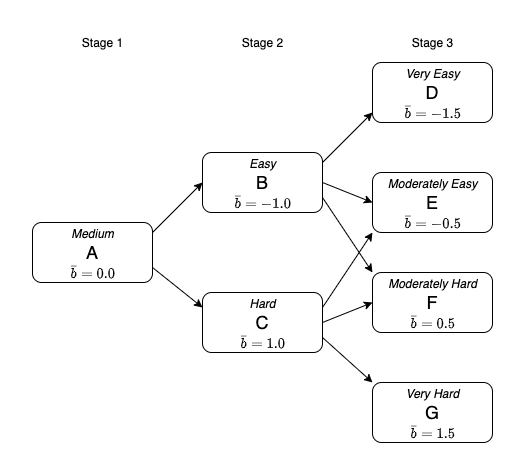
Before: images/modules.png, a diagram exported from draw.io (SP-Educational-Assessment/mst-primer). Source tidied: cells renumbered, new cells last; positions are measured from the earlier drawing's top-left corner, leaving out a move shared by most shapes. The source it was exported from:
```xml
<mxGraphModel math="1">
  <root>
    <mxCell id="0" />
    <mxCell id="1" value="Main" parent="0" />
    <mxCell id="2" value="&lt;font style=&quot;font-size: 18px&quot;&gt;A&lt;/font&gt;" style="whiteSpace=wrap;html=1;rounded=1;" parent="1" vertex="1">
      <mxGeometry y="190" width="120" height="60" as="geometry" />
    </mxCell>
    <mxCell id="3" value="&lt;font style=&quot;font-size: 18px&quot;&gt;B&lt;/font&gt;" style="whiteSpace=wrap;html=1;rounded=1;" parent="1" vertex="1">
      <mxGeometry x="170" y="120" width="120" height="60" as="geometry" />
    </mxCell>
    <mxCell id="4" value="&lt;font style=&quot;font-size: 18px&quot;&gt;C&lt;/font&gt;" style="whiteSpace=wrap;html=1;rounded=1;" parent="1" vertex="1">
      <mxGeometry x="170" y="260" width="120" height="60" as="geometry" />
    </mxCell>
    <mxCell id="5" value="&lt;font style=&quot;font-size: 18px&quot;&gt;G&lt;/font&gt;" style="whiteSpace=wrap;html=1;rounded=1;" parent="1" vertex="1">
      <mxGeometry x="340" y="350" width="120" height="60" as="geometry" />
    </mxCell>
    <mxCell id="6" value="&lt;font style=&quot;font-size: 18px&quot;&gt;F&lt;/font&gt;" style="whiteSpace=wrap;html=1;rounded=1;" parent="1" vertex="1">
      <mxGeometry x="340" y="240" width="120" height="60" as="geometry" />
    </mxCell>
    <mxCell id="7" value="&lt;font style=&quot;font-size: 18px&quot;&gt;E&lt;/font&gt;" style="whiteSpace=wrap;html=1;rounded=1;" parent="1" vertex="1">
      <mxGeometry x="340" y="140" width="120" height="60" as="geometry" />
    </mxCell>
    <mxCell id="8" value="&lt;font style=&quot;font-size: 18px&quot;&gt;D&lt;/font&gt;" style="whiteSpace=wrap;html=1;rounded=1;" parent="1" vertex="1">
      <mxGeometry x="340" y="30" width="120" height="60" as="geometry" />
    </mxCell>
    <mxCell id="9" value="Stage 1" style="text;html=1;align=center;verticalAlign=middle;fillColor=none;strokeColor=none;rounded=1;" parent="1" vertex="1">
      <mxGeometry x="40" width="60" height="20" as="geometry" />
    </mxCell>
    <mxCell id="10" value="Stage 2" style="text;html=1;align=center;verticalAlign=middle;fillColor=none;strokeColor=none;rounded=1;" parent="1" vertex="1">
      <mxGeometry x="200" width="60" height="20" as="geometry" />
    </mxCell>
    <mxCell id="11" value="$$\bar{b} = 0.0$$" style="text;html=1;align=center;verticalAlign=middle;fillColor=none;strokeColor=none;rounded=1;" parent="1" vertex="1">
      <mxGeometry x="5" y="230" width="110" height="20" as="geometry" />
    </mxCell>
    <mxCell id="12" value="$$\bar{b} = 1.0$$" style="text;html=1;align=center;verticalAlign=middle;fillColor=none;strokeColor=none;rounded=1;" parent="1" vertex="1">
      <mxGeometry x="175" y="300" width="110" height="20" as="geometry" />
    </mxCell>
    <mxCell id="13" value="$$\bar{b} = -1.0$$" style="text;html=1;align=center;verticalAlign=middle;fillColor=none;strokeColor=none;rounded=1;" parent="1" vertex="1">
      <mxGeometry x="175" y="160" width="110" height="20" as="geometry" />
    </mxCell>
    <mxCell id="14" value="$$\bar{b} = -1.5$$" style="text;html=1;align=center;verticalAlign=middle;fillColor=none;strokeColor=none;rounded=1;" parent="1" vertex="1">
      <mxGeometry x="345" y="70" width="110" height="20" as="geometry" />
    </mxCell>
    <mxCell id="15" value="$$\bar{b} = -0.5$$" style="text;html=1;align=center;verticalAlign=middle;fillColor=none;strokeColor=none;rounded=1;" parent="1" vertex="1">
      <mxGeometry x="345" y="180" width="110" height="20" as="geometry" />
    </mxCell>
    <mxCell id="16" value="$$\bar{b} = 0.5$$" style="text;html=1;align=center;verticalAlign=middle;fillColor=none;strokeColor=none;rounded=1;" parent="1" vertex="1">
      <mxGeometry x="345" y="280" width="110" height="20" as="geometry" />
    </mxCell>
    <mxCell id="17" value="$$\bar{b} = 1.5$$" style="text;html=1;align=center;verticalAlign=middle;fillColor=none;strokeColor=none;rounded=1;" parent="1" vertex="1">
      <mxGeometry x="345" y="390" width="110" height="20" as="geometry" />
    </mxCell>
    <mxCell id="18" value="Stage 3" style="text;html=1;align=center;verticalAlign=middle;fillColor=none;strokeColor=none;rounded=1;" parent="1" vertex="1">
      <mxGeometry x="370" width="60" height="20" as="geometry" />
    </mxCell>
    <mxCell id="19" style="endArrow=classic;html=1;" parent="1" edge="1">
      <mxGeometry relative="1" as="geometry">
        <mxPoint x="120" y="200" as="sourcePoint" />
        <mxPoint x="170" y="150" as="targetPoint" />
      </mxGeometry>
    </mxCell>
    <mxCell id="20" style="endArrow=classic;html=1;" parent="1" edge="1">
      <mxGeometry relative="1" as="geometry">
        <mxPoint x="290" y="130" as="sourcePoint" />
        <mxPoint x="340" y="80" as="targetPoint" />
      </mxGeometry>
    </mxCell>
    <mxCell id="21" style="endArrow=classic;html=1;entryX=0;entryY=0.5;entryDx=0;entryDy=0;" parent="1" edge="1">
      <mxGeometry relative="1" as="geometry">
        <mxPoint x="290" y="150" as="sourcePoint" />
        <mxPoint x="340" y="170" as="targetPoint" />
      </mxGeometry>
    </mxCell>
    <mxCell id="22" style="endArrow=classic;html=1;entryX=0;entryY=0;entryDx=0;entryDy=0;exitX=1;exitY=0.75;exitDx=0;exitDy=0;" parent="1" edge="1">
      <mxGeometry relative="1" as="geometry">
        <mxPoint x="290" y="165" as="sourcePoint" />
        <mxPoint x="340" y="240" as="targetPoint" />
      </mxGeometry>
    </mxCell>
    <mxCell id="23" style="endArrow=classic;html=1;exitX=1;exitY=0.75;exitDx=0;exitDy=0;entryX=0;entryY=0.25;entryDx=0;entryDy=0;" parent="1" edge="1">
      <mxGeometry relative="1" as="geometry">
        <mxPoint x="120" y="235" as="sourcePoint" />
        <mxPoint x="170" y="275" as="targetPoint" />
      </mxGeometry>
    </mxCell>
    <mxCell id="24" style="endArrow=classic;html=1;exitX=1;exitY=0.25;exitDx=0;exitDy=0;entryX=0;entryY=1;entryDx=0;entryDy=0;" parent="1" edge="1">
      <mxGeometry relative="1" as="geometry">
        <mxPoint x="290" y="275" as="sourcePoint" />
        <mxPoint x="340" y="200" as="targetPoint" />
      </mxGeometry>
    </mxCell>
    <mxCell id="25" style="endArrow=classic;html=1;exitX=1;exitY=0.5;exitDx=0;exitDy=0;entryX=0;entryY=0.5;entryDx=0;entryDy=0;" parent="1" edge="1">
      <mxGeometry relative="1" as="geometry">
        <mxPoint x="290" y="290" as="sourcePoint" />
        <mxPoint x="340" y="270" as="targetPoint" />
      </mxGeometry>
    </mxCell>
    <mxCell id="26" style="endArrow=classic;html=1;exitX=1;exitY=0.75;exitDx=0;exitDy=0;entryX=0;entryY=0;entryDx=0;entryDy=0;" parent="1" edge="1">
      <mxGeometry relative="1" as="geometry">
        <mxPoint x="290" y="305" as="sourcePoint" />
        <mxPoint x="340" y="350" as="targetPoint" />
      </mxGeometry>
    </mxCell>
    <mxCell id="27" value="&lt;i&gt;Medium&lt;/i&gt;" style="text;html=1;align=center;verticalAlign=middle;fillColor=none;strokeColor=none;rounded=0;sketch=0;" parent="1" vertex="1">
      <mxGeometry x="30" y="191" width="60" height="20" as="geometry" />
    </mxCell>
    <mxCell id="28" value="&lt;i&gt;Easy&lt;/i&gt;" style="text;html=1;align=center;verticalAlign=middle;fillColor=none;strokeColor=none;rounded=0;sketch=0;" parent="1" vertex="1">
      <mxGeometry x="210" y="121" width="40" height="20" as="geometry" />
    </mxCell>
    <mxCell id="29" value="&lt;i&gt;Hard&lt;/i&gt;" style="text;html=1;align=center;verticalAlign=middle;fillColor=none;strokeColor=none;rounded=0;sketch=0;" parent="1" vertex="1">
      <mxGeometry x="210" y="261" width="40" height="20" as="geometry" />
    </mxCell>
    <mxCell id="30" value="&lt;i&gt;Very Hard&lt;/i&gt;" style="text;html=1;align=center;verticalAlign=middle;fillColor=none;strokeColor=none;rounded=0;sketch=0;" parent="1" vertex="1">
      <mxGeometry x="365" y="351" width="70" height="20" as="geometry" />
    </mxCell>
    <mxCell id="31" value="&lt;i&gt;Very Easy&lt;/i&gt;" style="text;html=1;align=center;verticalAlign=middle;fillColor=none;strokeColor=none;rounded=0;sketch=0;" parent="1" vertex="1">
      <mxGeometry x="365" y="31" width="70" height="20" as="geometry" />
    </mxCell>
    <mxCell id="32" value="&lt;i&gt;Moderately Easy&lt;/i&gt;" style="text;html=1;align=center;verticalAlign=middle;fillColor=none;strokeColor=none;rounded=0;sketch=0;" parent="1" vertex="1">
      <mxGeometry x="350" y="141" width="100" height="20" as="geometry" />
    </mxCell>
    <mxCell id="33" value="&lt;i&gt;Moderately Hard&lt;/i&gt;" style="text;html=1;align=center;verticalAlign=middle;fillColor=none;strokeColor=none;rounded=0;sketch=0;" parent="1" vertex="1">
      <mxGeometry x="350" y="241" width="100" height="20" as="geometry" />
    </mxCell>
  </root>
</mxGraphModel>
```
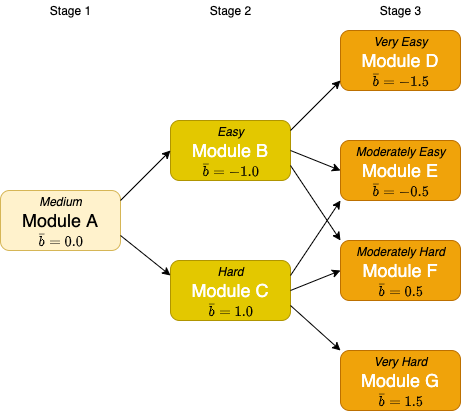
Later version of the same file.

Diff of the diagram source:
```diff
@@ -2,25 +2,25 @@
   <root>
     <mxCell id="0" />
     <mxCell id="1" value="Main" parent="0" />
-    <mxCell id="2" value="&lt;font style=&quot;font-size: 18px&quot;&gt;A&lt;/font&gt;" style="whiteSpace=wrap;html=1;rounded=1;" parent="1" vertex="1">
+    <mxCell id="2" value="&lt;font style=&quot;font-size: 18px&quot;&gt;Module A&lt;/font&gt;" style="whiteSpace=wrap;html=1;rounded=1;fillColor=#fff2cc;strokeColor=#d6b656;" parent="1" vertex="1">
       <mxGeometry y="190" width="120" height="60" as="geometry" />
     </mxCell>
-    <mxCell id="3" value="&lt;font style=&quot;font-size: 18px&quot;&gt;B&lt;/font&gt;" style="whiteSpace=wrap;html=1;rounded=1;" parent="1" vertex="1">
+    <mxCell id="3" value="&lt;font style=&quot;font-size: 18px&quot;&gt;Module B&lt;/font&gt;" style="whiteSpace=wrap;html=1;rounded=1;fillColor=#e3c800;strokeColor=#B09500;fontColor=#ffffff;" parent="1" vertex="1">
       <mxGeometry x="170" y="120" width="120" height="60" as="geometry" />
     </mxCell>
-    <mxCell id="4" value="&lt;font style=&quot;font-size: 18px&quot;&gt;C&lt;/font&gt;" style="whiteSpace=wrap;html=1;rounded=1;" parent="1" vertex="1">
+    <mxCell id="4" value="&lt;font style=&quot;font-size: 18px&quot;&gt;Module C&lt;/font&gt;" style="whiteSpace=wrap;html=1;rounded=1;fillColor=#e3c800;strokeColor=#B09500;fontColor=#ffffff;" parent="1" vertex="1">
       <mxGeometry x="170" y="260" width="120" height="60" as="geometry" />
     </mxCell>
-    <mxCell id="5" value="&lt;font style=&quot;font-size: 18px&quot;&gt;G&lt;/font&gt;" style="whiteSpace=wrap;html=1;rounded=1;" parent="1" vertex="1">
+    <mxCell id="5" value="&lt;font style=&quot;font-size: 18px&quot;&gt;Module G&lt;/font&gt;" style="whiteSpace=wrap;html=1;rounded=1;fillColor=#f0a30a;strokeColor=#BD7000;fontColor=#ffffff;" parent="1" vertex="1">
       <mxGeometry x="340" y="350" width="120" height="60" as="geometry" />
     </mxCell>
-    <mxCell id="6" value="&lt;font style=&quot;font-size: 18px&quot;&gt;F&lt;/font&gt;" style="whiteSpace=wrap;html=1;rounded=1;" parent="1" vertex="1">
+    <mxCell id="6" value="&lt;font style=&quot;font-size: 18px&quot;&gt;Module F&lt;/font&gt;" style="whiteSpace=wrap;html=1;rounded=1;fillColor=#f0a30a;strokeColor=#BD7000;fontColor=#ffffff;" parent="1" vertex="1">
       <mxGeometry x="340" y="240" width="120" height="60" as="geometry" />
     </mxCell>
-    <mxCell id="7" value="&lt;font style=&quot;font-size: 18px&quot;&gt;E&lt;/font&gt;" style="whiteSpace=wrap;html=1;rounded=1;" parent="1" vertex="1">
+    <mxCell id="7" value="&lt;font style=&quot;font-size: 18px&quot;&gt;Module E&lt;/font&gt;" style="whiteSpace=wrap;html=1;rounded=1;fillColor=#f0a30a;strokeColor=#BD7000;fontColor=#ffffff;" parent="1" vertex="1">
       <mxGeometry x="340" y="140" width="120" height="60" as="geometry" />
     </mxCell>
-    <mxCell id="8" value="&lt;font style=&quot;font-size: 18px&quot;&gt;D&lt;/font&gt;" style="whiteSpace=wrap;html=1;rounded=1;" parent="1" vertex="1">
+    <mxCell id="8" value="&lt;font style=&quot;font-size: 18px&quot;&gt;Module D&lt;/font&gt;" style="whiteSpace=wrap;html=1;rounded=1;fillColor=#f0a30a;strokeColor=#BD7000;fontColor=#ffffff;" parent="1" vertex="1">
       <mxGeometry x="340" y="30" width="120" height="60" as="geometry" />
     </mxCell>
     <mxCell id="9" value="Stage 1" style="text;html=1;align=center;verticalAlign=middle;fillColor=none;strokeColor=none;rounded=1;" parent="1" vertex="1">
```
